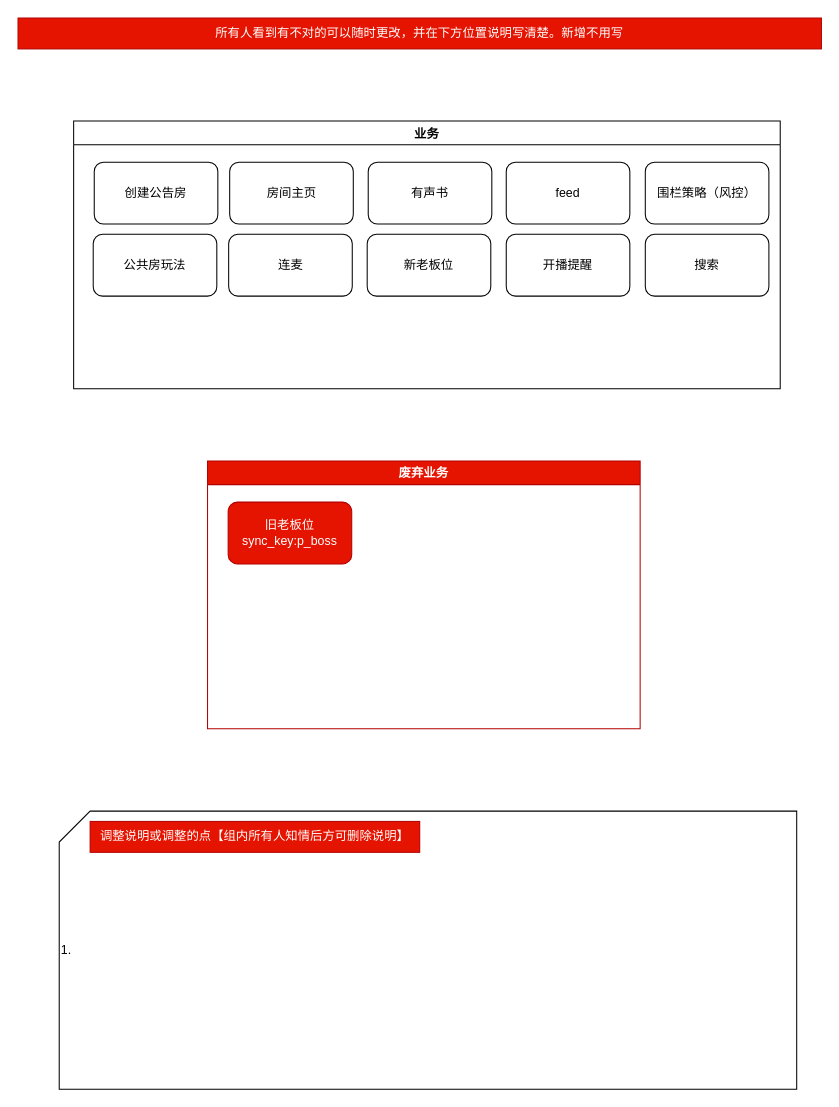
Above: page "公共房业务" (1 of 11) of pepper/公共房.drawio in wclssdn/draw.io (draw.io), before the change. Source tidied: cells renumbered, new cells numbered last; positions are measured from the earlier drawing's top-left corner, leaving out a move shared by most shapes. Both pictures are drawn from the tidied source at 103%, with x=0, y=0 at pixel (18, 18).
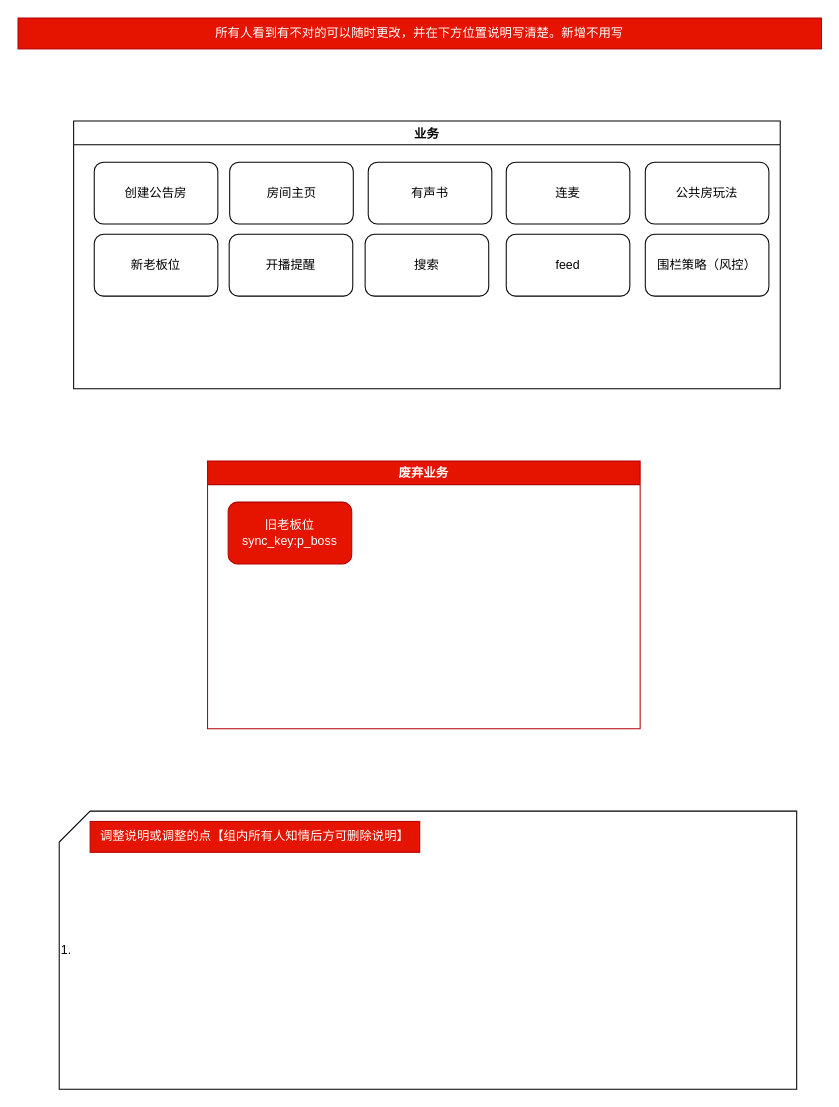
Above is the later version.

The edit, as a diff of the source:
```diff
@@
 <mxGraphModel>
   <root>
     <mxCell id="0" />
     <mxCell id="1" parent="0" />
     <mxCell id="2" value="业务" style="swimlane;" parent="1" vertex="1">
       <mxGeometry x="54" y="100" width="686" height="260" as="geometry" />
     </mxCell>
-    <mxCell id="3" value="新老板位" style="rounded=1;whiteSpace=wrap;html=1;" parent="2" vertex="1">
-      <mxGeometry x="285" y="110" width="120" height="60" as="geometry" />
+    <mxCell id="3" value="新老板位" style="rounded=1;whiteSpace=wrap;html=1;fillColor=default;strokeColor=default;fontColor=default;" parent="2" vertex="1">
+      <mxGeometry x="20" y="110" width="120" height="60" as="geometry" />
     </mxCell>
-    <mxCell id="4" value="连麦" style="rounded=1;whiteSpace=wrap;html=1;" parent="2" vertex="1">
-      <mxGeometry x="150.5" y="110" width="120" height="60" as="geometry" />
+    <mxCell id="4" value="连麦" style="rounded=1;whiteSpace=wrap;html=1;fillColor=default;strokeColor=default;fontColor=default;" parent="2" vertex="1">
+      <mxGeometry x="420" y="40" width="120" height="60" as="geometry" />
     </mxCell>
-    <mxCell id="5" value="feed" style="rounded=1;whiteSpace=wrap;html=1;" parent="2" vertex="1">
-      <mxGeometry x="420" y="40" width="120" height="60" as="geometry" />
+    <mxCell id="5" value="feed" style="rounded=1;whiteSpace=wrap;html=1;fillColor=default;strokeColor=default;fontColor=default;" parent="2" vertex="1">
+      <mxGeometry x="420" y="110" width="120" height="60" as="geometry" />
     </mxCell>
     <mxCell id="6" value="公共房玩法" style="rounded=1;whiteSpace=wrap;html=1;" parent="2" vertex="1">
-      <mxGeometry x="19" y="110" width="120" height="60" as="geometry" />
+      <mxGeometry x="555" y="40" width="120" height="60" as="geometry" />
     </mxCell>
-    <mxCell id="7" value="围栏策略（风控）" style="rounded=1;whiteSpace=wrap;html=1;" parent="2" vertex="1">
-      <mxGeometry x="555" y="40" width="120" height="60" as="geometry" />
+    <mxCell id="7" value="围栏策略（风控）" style="rounded=1;whiteSpace=wrap;html=1;fillColor=default;strokeColor=default;fontColor=default;" parent="2" vertex="1">
+      <mxGeometry x="555" y="110" width="120" height="60" as="geometry" />
     </mxCell>
-    <mxCell id="8" value="搜索" style="rounded=1;whiteSpace=wrap;html=1;" parent="2" vertex="1">
-      <mxGeometry x="555" y="110" width="120" height="60" as="geometry" />
+    <mxCell id="8" value="搜索" style="rounded=1;whiteSpace=wrap;html=1;fillColor=default;strokeColor=default;fontColor=default;" parent="2" vertex="1">
+      <mxGeometry x="283" y="110" width="120" height="60" as="geometry" />
     </mxCell>
     <mxCell id="9" value="房间主页" style="rounded=1;whiteSpace=wrap;html=1;" parent="2" vertex="1">
       <mxGeometry x="151.5" y="40" width="120" height="60" as="geometry" />
     </mxCell>
     <mxCell id="10" value="有声书" style="rounded=1;whiteSpace=wrap;html=1;" parent="2" vertex="1">
       <mxGeometry x="286" y="40" width="120" height="60" as="geometry" />
     </mxCell>
-    <mxCell id="11" value="开播提醒" style="rounded=1;whiteSpace=wrap;html=1;" parent="2" vertex="1">
-      <mxGeometry x="420" y="110" width="120" height="60" as="geometry" />
+    <mxCell id="11" value="开播提醒" style="rounded=1;whiteSpace=wrap;html=1;fillColor=default;strokeColor=default;fontColor=default;" parent="2" vertex="1">
+      <mxGeometry x="151" y="110" width="120" height="60" as="geometry" />
     </mxCell>
     <mxCell id="12" value="创建公告房" style="rounded=1;whiteSpace=wrap;html=1;" parent="2" vertex="1">
       <mxGeometry x="20" y="40" width="120" height="60" as="geometry" />
     </mxCell>
     <mxCell id="13" value="废弃业务" style="swimlane;fillColor=#e51400;strokeColor=#B20000;fontColor=#ffffff;" parent="1" vertex="1">
       <mxGeometry x="184" y="430" width="420" height="260" as="geometry" />
     </mxCell>
     <mxCell id="14" value="旧老板位&lt;br&gt;sync_key:p_boss" style="rounded=1;whiteSpace=wrap;html=1;fillColor=#e51400;strokeColor=#B20000;fontColor=#ffffff;" parent="13" vertex="1">
       <mxGeometry x="20" y="40" width="120" height="60" as="geometry" />
     </mxCell>
     <mxCell id="15" value="所有人看到有不对的可以随时更改，并在下方位置说明写清楚。新增不用写" style="text;html=1;strokeColor=#B20000;fillColor=#e51400;align=center;verticalAlign=middle;whiteSpace=wrap;rounded=0;fontColor=#ffffff;" parent="1" vertex="1">
       <mxGeometry width="780" height="30" as="geometry" />
     </mxCell>
     <mxCell id="16" value="1.&lt;div&gt;&lt;/div&gt;" style="shape=card;whiteSpace=wrap;html=1;align=left;" parent="1" vertex="1">
       <mxGeometry x="40" y="770" width="716" height="270" as="geometry" />
     </mxCell>
     <mxCell id="17" value="调整说明或调整的点【组内所有人知情后方可删除说明】" style="text;html=1;strokeColor=#B20000;fillColor=#e51400;align=center;verticalAlign=middle;whiteSpace=wrap;rounded=0;fontColor=#ffffff;" parent="1" vertex="1">
       <mxGeometry x="70" y="780" width="320" height="30" as="geometry" />
     </mxCell>
   </root>
 </mxGraphModel>
```
